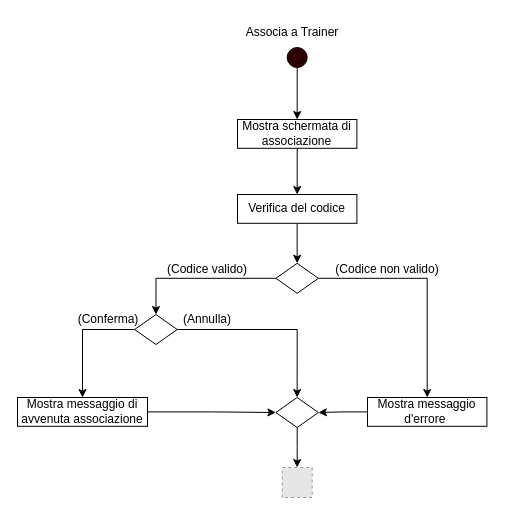
Before: AssociaTrainer.drawio in FedericoSib/FitPlan, a draw.io diagram. Source tidied: cells renumbered, new cells numbered last; positions are measured from the earlier drawing's top-left corner, leaving out a move shared by most shapes. Both pictures are drawn from the tidied source at 100%, with x=0, y=0 at pixel (17, 17). Pictures stored in the file or linked from it are replaced by grey dashed boxes.
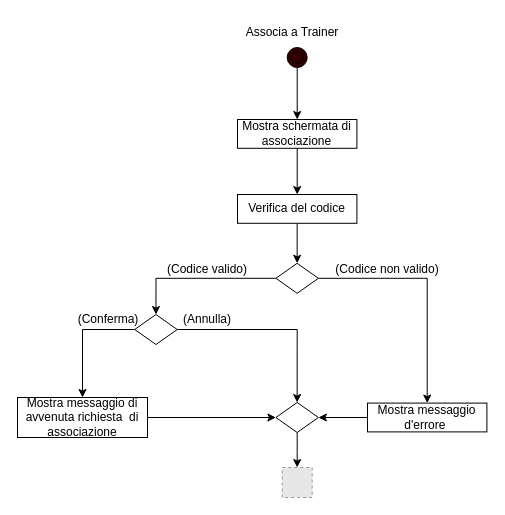
Above is the later version.

Change to the diagram source:
```diff
@@
     <mxCell id="10" value="Mostra messaggio d'errore&amp;nbsp;" style="rounded=0;whiteSpace=wrap;html=1;" parent="1" vertex="1">
-      <mxGeometry x="350" y="380" width="119.4" height="28.8" as="geometry" />
+      <mxGeometry x="350" y="385.6" width="119.4" height="28.8" as="geometry" />
     </mxCell>
@@
     <mxCell id="22" style="rhombus;whiteSpace=wrap;html=1;" parent="1" vertex="1">
-      <mxGeometry x="258.4" y="380" width="42.5" height="30" as="geometry" />
+      <mxGeometry x="258.4" y="385" width="42.5" height="30" as="geometry" />
     </mxCell>
@@
-    <mxCell id="24" value="Mostra messaggio di avvenuta associazione" style="rounded=0;whiteSpace=wrap;html=1;" parent="1" vertex="1">
-      <mxGeometry y="380" width="130" height="28.8" as="geometry" />
+    <mxCell id="24" value="Mostra messaggio di avvenuta richiesta&amp;nbsp; di associazione" style="rounded=0;whiteSpace=wrap;html=1;" parent="1" vertex="1">
+      <mxGeometry y="380" width="130" height="40" as="geometry" />
     </mxCell>
```
